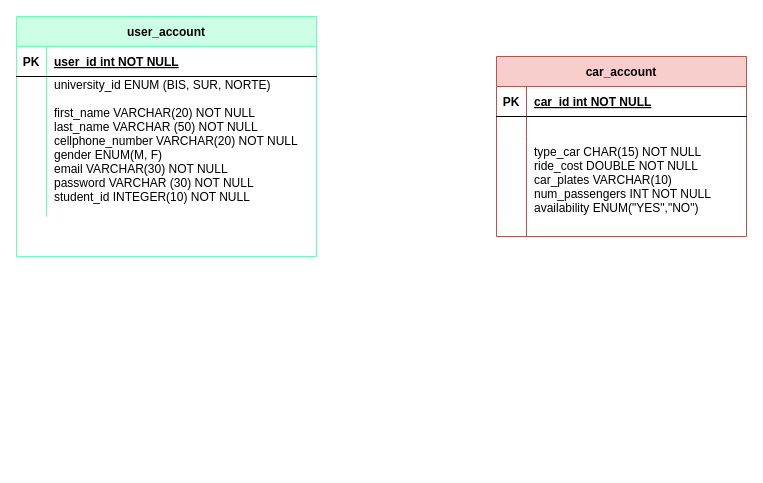
carpool-bis/entity-relationship-diagram keeps this draw.io diagram as entity-relationship-diagram.drawio. Above is the earlier version. Source tidied: cells renumbered, new cells numbered last; positions are measured from the earlier drawing's top-left corner, leaving out a move shared by most shapes. Both pictures are drawn from the tidied source at 100%, with x=0, y=0 at pixel (16, 16).
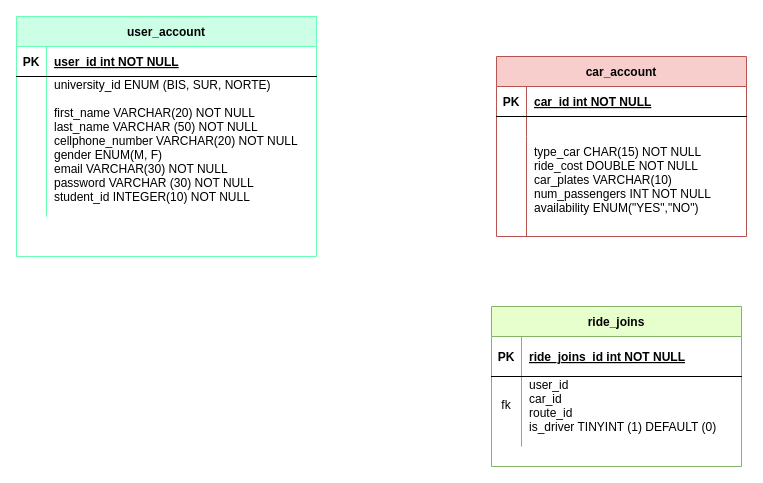
Above is the later version.

Commit message:
ride_joins table

What changed in the source:
```diff
@@
+    <mxCell id="19" value="ride_joins" style="shape=table;startSize=30;childLayout=tableLayout;rowLines=0;fontStyle=1;align=center;fillColor=#E6FFCC;strokeColor=#82b366;" parent="1" vertex="1">
+      <mxGeometry x="475" y="290" width="250" height="160" as="geometry" />
+    </mxCell>
+    <mxCell id="20" style="shape=partialRectangle;fillColor=none;top=0;left=0;right=0;bottom=1;" parent="19" vertex="1">
+      <mxGeometry y="30" width="250" height="40" as="geometry" />
+    </mxCell>
+    <mxCell id="21" value="PK" style="shape=partialRectangle;overflow=hidden;fillColor=none;top=0;left=0;bottom=0;right=0;fontStyle=1;" parent="20" vertex="1">
+      <mxGeometry width="30" height="40" as="geometry" />
+    </mxCell>
+    <mxCell id="22" value="ride_joins_id int NOT NULL " style="shape=partialRectangle;overflow=hidden;fillColor=none;top=0;left=0;bottom=0;right=0;align=left;spacingLeft=6;fontStyle=5;" parent="20" vertex="1">
+      <mxGeometry x="30" width="220" height="40" as="geometry" />
+    </mxCell>
+    <mxCell id="23" style="shape=partialRectangle;fillColor=none;top=0;left=0;right=0;bottom=0;" parent="19" vertex="1">
+      <mxGeometry y="70" width="250" height="70" as="geometry" />
+    </mxCell>
+    <mxCell id="24" value="fk&#10;" style="shape=partialRectangle;overflow=hidden;fillColor=none;top=0;left=0;bottom=0;right=0;" parent="23" vertex="1">
+      <mxGeometry width="30" height="70" as="geometry" />
+    </mxCell>
+    <mxCell id="25" value="user_id&#10;car_id&#10;route_id&#10;is_driver TINYINT (1) DEFAULT (0)&#10;" style="shape=partialRectangle;overflow=hidden;fillColor=none;top=0;left=0;bottom=0;right=0;align=left;spacingLeft=6;" parent="23" vertex="1">
+      <mxGeometry x="30" width="220" height="70" as="geometry" />
+    </mxCell>
```
